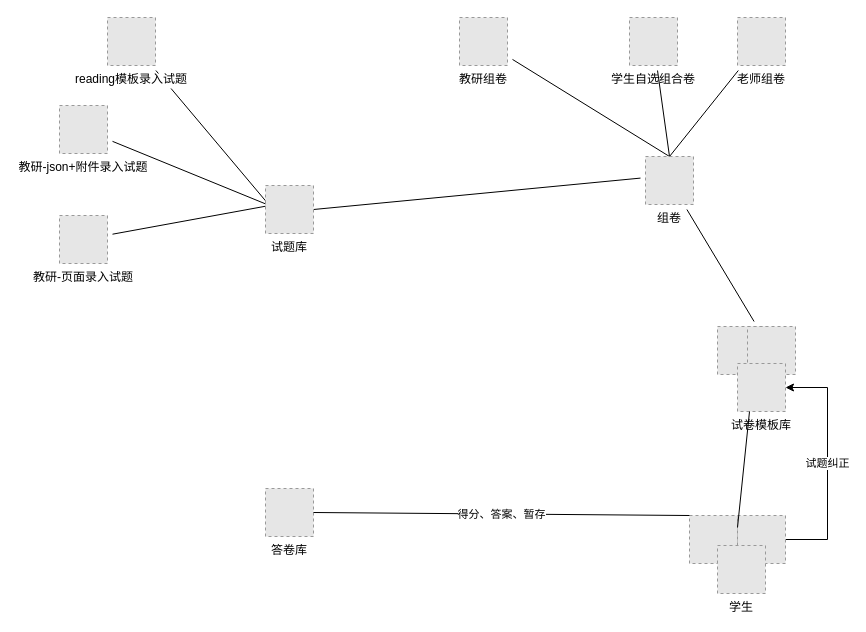
The draw.io diagram diagram/Untitled Diagram.drawio in DuFuVeryBusy/Diagram, before the edit. Source tidied: cells renumbered, new cells numbered last; positions are measured from the earlier drawing's top-left corner, leaving out a move shared by most shapes. Both pictures are drawn from the tidied source at 100%, with x=0, y=0 at pixel (59, 17). Pictures stored in the file or linked from it are replaced by grey dashed boxes.
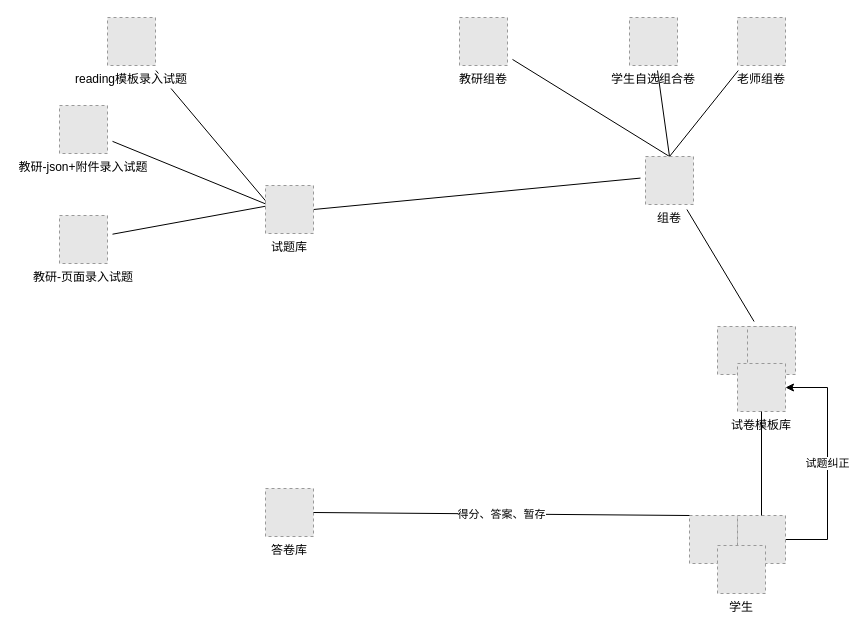
After the change.

Unchanged cells that the change refers to:
```xml
<mxCell id="20" value="试卷模板库" style="fillColor=#E6E6E6;strokeColor=#999999;dashed=1;verticalLabelPosition=bottom;verticalAlign=top;" parent="1" vertex="1">
  <mxGeometry x="678" y="346" width="48" height="48" as="geometry" />
</mxCell>
<mxCell id="23" style="fillColor=#E6E6E6;strokeColor=#999999;dashed=1;verticalLabelPosition=bottom;verticalAlign=top;" parent="1" vertex="1">
  <mxGeometry x="678" y="498" width="48" height="48" as="geometry" />
</mxCell>
```

Change to the diagram source:
```diff
@@
-    <mxCell id="25" style="edgeStyle=none;rounded=0;jettySize=auto;html=1;sourcePerimeterSpacing=5;endArrow=none;endFill=0;targetPerimeterSpacing=5;entryX=0.25;entryY=1;entryDx=0;entryDy=0;exitX=0;exitY=0.25;exitDx=0;exitDy=0;" parent="1" edge="1" source="23" target="20">
+    <mxCell id="25" style="edgeStyle=none;rounded=0;jettySize=auto;html=1;sourcePerimeterSpacing=5;endArrow=none;endFill=0;targetPerimeterSpacing=5;entryX=0.5;entryY=1;entryDx=0;entryDy=0;exitX=0.5;exitY=0;exitDx=0;exitDy=0;" parent="1" edge="1" source="23" target="20">
       <mxGeometry relative="1" as="geometry" />
     </mxCell>
```
